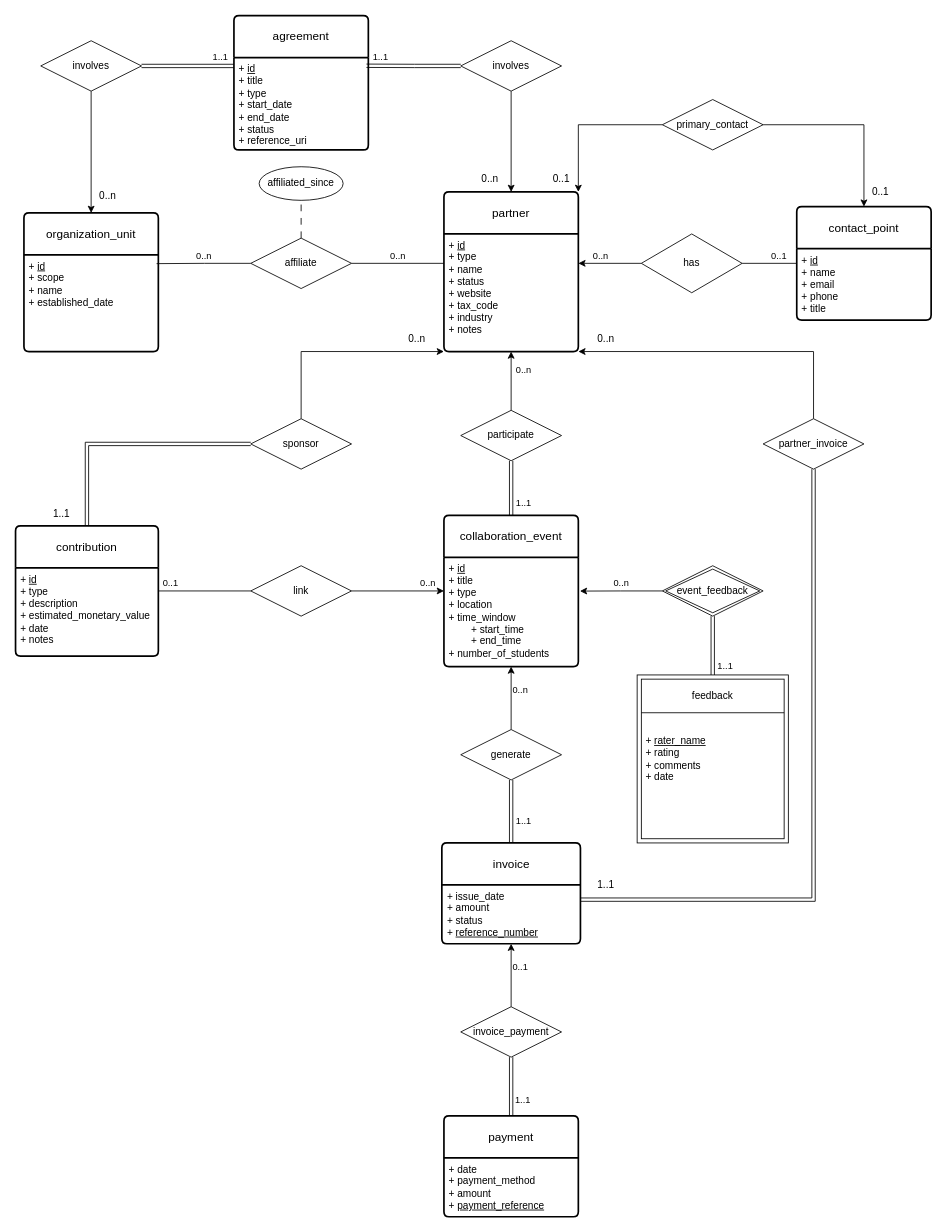
Before: ERD-final.drawio in nduc03/cs4420-project, a draw.io diagram. Source tidied: cells renumbered, new cells numbered last; positions are measured from the earlier drawing's top-left corner, leaving out a move shared by most shapes. Both pictures are drawn from the tidied source at 84%, with x=0, y=0 at pixel (15, 15).
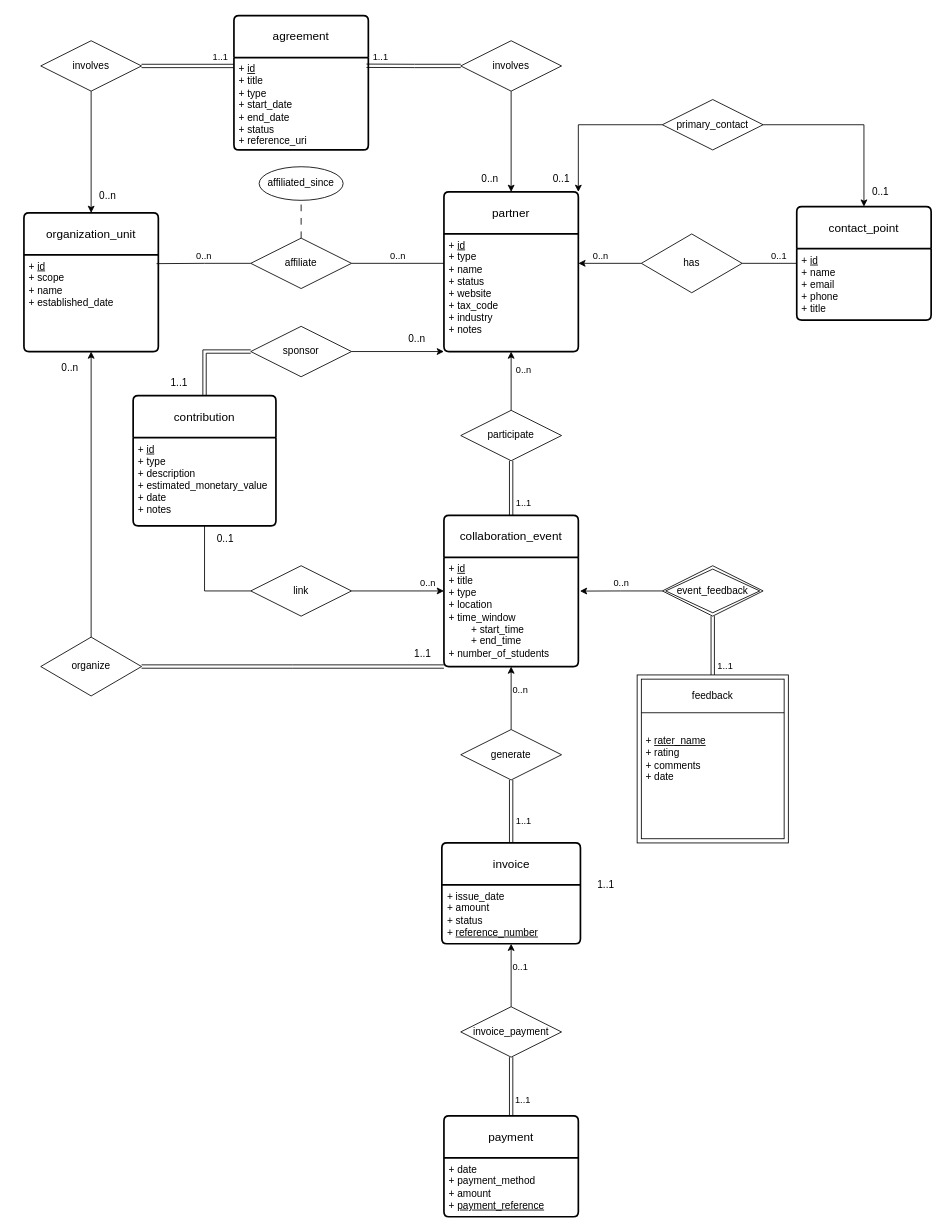
The same diagram, later.

The change refers to these unchanged cells:
```xml
<mxCell id="3" value="+ &lt;u&gt;id&lt;/u&gt;&lt;div&gt;+ type&lt;/div&gt;&lt;div&gt;+ name&lt;br&gt;+ status&lt;/div&gt;&lt;div&gt;+ website&lt;/div&gt;&lt;div&gt;+ tax_code&lt;/div&gt;&lt;div&gt;+ industry&lt;/div&gt;&lt;div&gt;+ notes&lt;/div&gt;" style="align=left;strokeColor=none;fillColor=none;spacingLeft=4;spacingRight=4;fontSize=12;verticalAlign=top;html=1;whiteSpace=wrap;" parent="2" vertex="1">
  <mxGeometry y="50" width="160" height="140" as="geometry" />
</mxCell>
<mxCell id="5" value="+ &lt;u&gt;id&lt;/u&gt;&lt;br&gt;+ scope&lt;div&gt;+ name&lt;/div&gt;&lt;div&gt;+ established_date&lt;/div&gt;" style="align=left;strokeColor=none;fillColor=none;spacingLeft=4;spacingRight=4;fontSize=12;verticalAlign=top;html=1;whiteSpace=wrap;" parent="4" vertex="1">
  <mxGeometry y="50" width="160" height="115" as="geometry" />
</mxCell>
<mxCell id="9" value="+ &lt;u&gt;id&lt;/u&gt;&lt;div&gt;+ type&lt;/div&gt;&lt;div&gt;+ description&lt;/div&gt;&lt;div&gt;+ estimated_monetary_value&lt;/div&gt;&lt;div&gt;+ date&lt;/div&gt;&lt;div&gt;+ notes&lt;/div&gt;" style="align=left;strokeColor=none;fillColor=none;spacingLeft=4;spacingRight=4;fontSize=12;verticalAlign=top;html=1;whiteSpace=wrap;" parent="8" vertex="1">
  <mxGeometry y="50" width="170" height="105" as="geometry" />
</mxCell>
<mxCell id="11" value="+ &lt;u&gt;id&lt;/u&gt;&lt;div&gt;+ title&lt;/div&gt;&lt;div&gt;+ type&lt;/div&gt;&lt;div&gt;+ location&lt;/div&gt;&lt;div&gt;+ time_window&lt;/div&gt;&lt;div&gt;&lt;span style=&quot;white-space: pre;&quot;&gt;&#9;&lt;/span&gt;+ start_time&lt;br&gt;&lt;/div&gt;&lt;div&gt;&lt;span style=&quot;white-space: pre;&quot;&gt;&#9;&lt;/span&gt;+ end_time&lt;br&gt;&lt;/div&gt;&lt;div&gt;+ number_of_students&lt;/div&gt;" style="align=left;strokeColor=none;fillColor=none;spacingLeft=4;spacingRight=4;fontSize=12;verticalAlign=top;html=1;whiteSpace=wrap;" parent="10" vertex="1">
  <mxGeometry y="50" width="160" height="130" as="geometry" />
</mxCell>
<mxCell id="35" value="link" style="shape=rhombus;perimeter=rhombusPerimeter;whiteSpace=wrap;html=1;align=center;" parent="1" vertex="1">
  <mxGeometry x="280" y="655" width="120" height="60" as="geometry" />
</mxCell>
<mxCell id="44" value="+ issue_date&lt;div&gt;+ amount&lt;/div&gt;&lt;div&gt;+ status&lt;/div&gt;&lt;div&gt;+ &lt;u&gt;reference_number&lt;/u&gt;&lt;/div&gt;" style="align=left;strokeColor=none;fillColor=none;spacingLeft=4;spacingRight=4;fontSize=12;verticalAlign=top;html=1;whiteSpace=wrap;" parent="43" vertex="1">
  <mxGeometry y="50" width="165" height="70" as="geometry" />
</mxCell>
```

Change to the diagram source:
```diff
@@
     <mxCell id="8" value="contribution" style="swimlane;horizontal=1;startSize=50;rounded=1;fontSize=14;fontStyle=0;strokeWidth=2;shadow=0;dashed=0;align=center;arcSize=4;whiteSpace=wrap;html=1;" parent="1" vertex="1">
-      <mxGeometry y="607.5" width="170" height="155" as="geometry" />
+      <mxGeometry x="140" y="452.5" width="170" height="155" as="geometry" />
     </mxCell>
@@
-    <mxCell id="27" style="edgeStyle=orthogonalEdgeStyle;rounded=0;jettySize=auto;html=1;entryX=1;entryY=1;entryDx=0;entryDy=0;" parent="1" edge="1" source="29" target="3">
-      <mxGeometry relative="1" as="geometry">
-        <Array as="points">
-          <mxPoint x="950" y="400" />
-        </Array>
-      </mxGeometry>
-    </mxCell>
-    <mxCell id="28" style="edgeStyle=orthogonalEdgeStyle;rounded=0;jettySize=auto;html=1;entryX=1;entryY=0.25;entryDx=0;entryDy=0;shape=link;" parent="1" edge="1" source="29" target="44">
-      <mxGeometry relative="1" as="geometry">
-        <Array as="points">
-          <mxPoint x="950" y="1053" />
-        </Array>
-      </mxGeometry>
-    </mxCell>
-    <mxCell id="29" value="partner_invoice" style="shape=rhombus;perimeter=rhombusPerimeter;whiteSpace=wrap;html=1;align=center;" parent="1" vertex="1">
-      <mxGeometry x="890" y="480" width="120" height="60" as="geometry" />
-    </mxCell>
     <mxCell id="30" style="edgeStyle=orthogonalEdgeStyle;rounded=0;jettySize=auto;html=1;entryX=0;entryY=1;entryDx=0;entryDy=0;" parent="1" edge="1" source="32" target="3">
       <mxGeometry relative="1" as="geometry">
         <Array as="points">
-          <mxPoint x="340" y="400" />
+          <mxPoint x="400" y="400" />
         </Array>
       </mxGeometry>
     </mxCell>
     <mxCell id="31" style="edgeStyle=orthogonalEdgeStyle;rounded=0;jettySize=auto;html=1;entryX=0.5;entryY=0;entryDx=0;entryDy=0;endArrow=none;endFill=0;shape=link;" parent="1" edge="1" source="32" target="8">
-      <mxGeometry relative="1" as="geometry" />
+      <mxGeometry relative="1" as="geometry">
+        <Array as="points">
+          <mxPoint x="225" y="400" />
+        </Array>
+      </mxGeometry>
     </mxCell>
     <mxCell id="32" value="sponsor" style="shape=rhombus;perimeter=rhombusPerimeter;whiteSpace=wrap;html=1;align=center;" parent="1" vertex="1">
-      <mxGeometry x="280" y="480" width="120" height="60" as="geometry" />
+      <mxGeometry x="280" y="370" width="120" height="60" as="geometry" />
     </mxCell>
@@
-    <mxCell id="34" value="0..1" style="edgeStyle=orthogonalEdgeStyle;rounded=0;jettySize=auto;html=1;entryX=1;entryY=0.5;entryDx=0;entryDy=0;endArrow=none;endFill=0;labelPosition=left;verticalLabelPosition=top;align=right;verticalAlign=bottom;spacing=2;spacingTop=0;spacingRight=30;" parent="1" edge="1" source="35" target="8">
-      <mxGeometry relative="1" as="geometry" />
-    </mxCell>
+    <mxCell id="67" style="edgeStyle=orthogonalEdgeStyle;rounded=0;jettySize=auto;html=1;entryX=0.5;entryY=1;entryDx=0;entryDy=0;endArrow=none;endFill=0;" parent="1" edge="1" source="35" target="9">
+      <mxGeometry relative="1" as="geometry">
+        <Array as="points">
+          <mxPoint x="225" y="685" />
+        </Array>
+      </mxGeometry>
+    </mxCell>
@@
-    <mxCell id="60" value="0..n" style="text;html=1;whiteSpace=wrap;strokeColor=none;fillColor=none;align=center;verticalAlign=middle;rounded=0;" parent="1" vertex="1">
-      <mxGeometry x="672.5" y="370" width="60" height="30" as="geometry" />
-    </mxCell>
     <mxCell id="61" value="1..1" style="text;html=1;whiteSpace=wrap;strokeColor=none;fillColor=none;align=center;verticalAlign=middle;rounded=0;" parent="1" vertex="1">
-      <mxGeometry x="30" y="577.5" width="50" height="30" as="geometry" />
+      <mxGeometry x="170" y="422.5" width="50" height="30" as="geometry" />
     </mxCell>
@@
+    <mxCell id="34" value="0..1" style="text;html=1;whiteSpace=wrap;strokeColor=none;fillColor=none;align=center;verticalAlign=middle;rounded=0;" parent="1" vertex="1">
+      <mxGeometry x="230" y="607.5" width="40" height="30" as="geometry" />
+    </mxCell>
+    <mxCell id="68" style="edgeStyle=orthogonalEdgeStyle;rounded=0;jettySize=auto;html=1;entryX=0;entryY=1;entryDx=0;entryDy=0;endArrow=none;endFill=0;shape=link;" parent="1" edge="1" source="70" target="11">
+      <mxGeometry relative="1" as="geometry">
+        <Array as="points">
+          <mxPoint x="330" y="775" />
+          <mxPoint x="330" y="775" />
+        </Array>
+      </mxGeometry>
+    </mxCell>
+    <mxCell id="69" style="edgeStyle=orthogonalEdgeStyle;rounded=0;jettySize=auto;html=1;entryX=0.5;entryY=1;entryDx=0;entryDy=0;" parent="1" edge="1" source="70" target="5">
+      <mxGeometry relative="1" as="geometry" />
+    </mxCell>
+    <mxCell id="70" value="organize" style="shape=rhombus;perimeter=rhombusPerimeter;whiteSpace=wrap;html=1;align=center;" parent="1" vertex="1">
+      <mxGeometry x="30" y="740" width="120" height="70" as="geometry" />
+    </mxCell>
+    <mxCell id="71" value="1..1" style="text;html=1;whiteSpace=wrap;strokeColor=none;fillColor=none;align=center;verticalAlign=middle;rounded=0;" parent="1" vertex="1">
+      <mxGeometry x="460" y="750" width="50" height="20" as="geometry" />
+    </mxCell>
+    <mxCell id="60" value="0..n" style="text;html=1;whiteSpace=wrap;strokeColor=none;fillColor=none;align=center;verticalAlign=middle;rounded=0;" parent="1" vertex="1">
+      <mxGeometry x="40" y="400" width="50" height="40" as="geometry" />
+    </mxCell>
```
